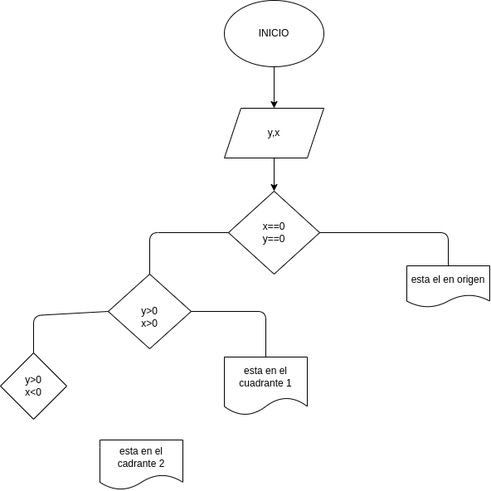
The draw.io diagram diagrama.png in lizethcifuentes/taller_condicionales, before a commit. Source tidied: cells renumbered, new cells last; positions are measured from the earlier drawing's top-left corner, leaving out a move shared by most shapes.
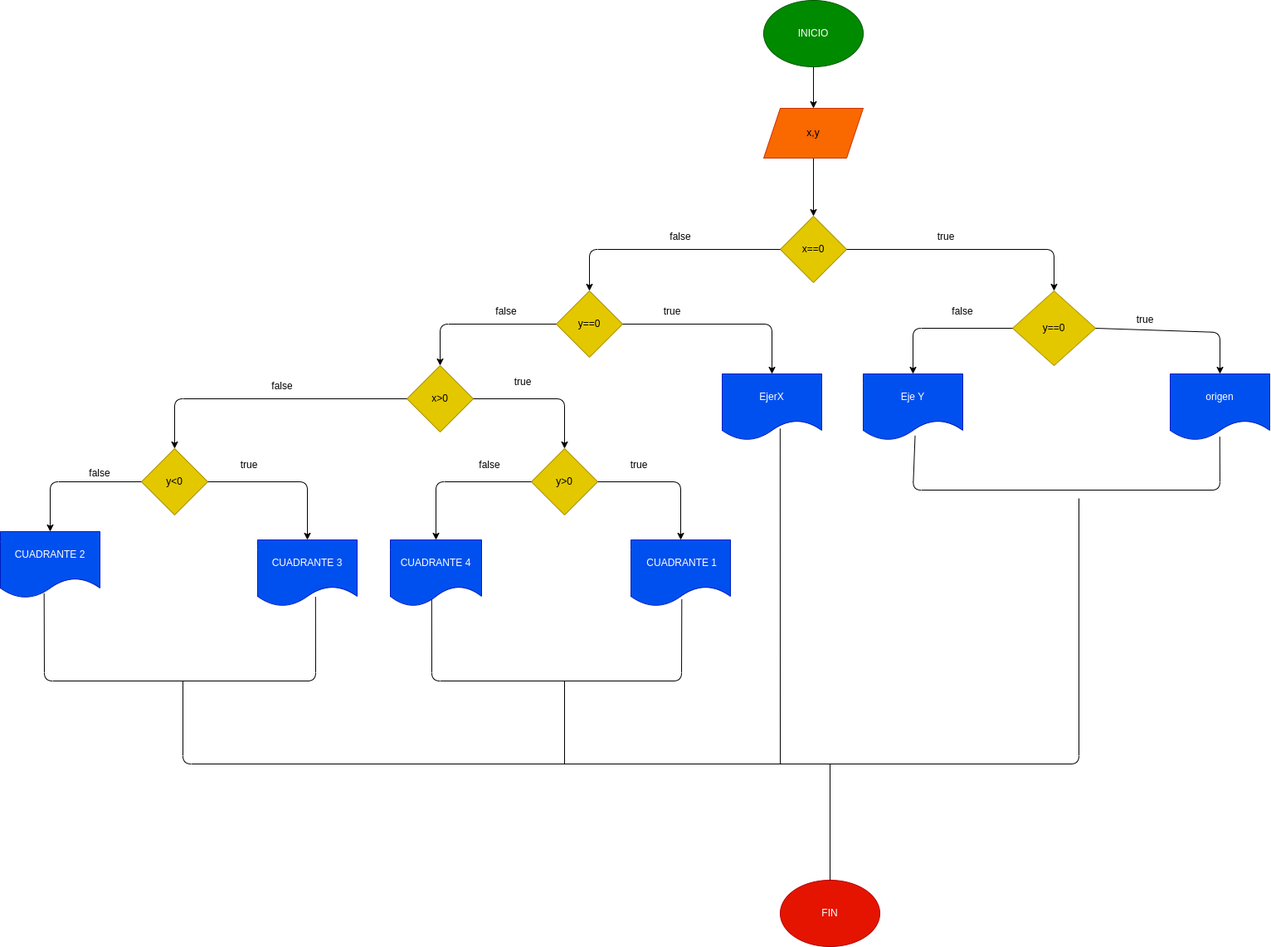
Above is the later version.

Change to the diagram source:
```diff
@@ -2,63 +2,238 @@
   <root>
     <mxCell id="0" />
     <mxCell id="1" parent="0" />
-    <mxCell id="2" style="edgeStyle=none;html=1;" parent="1" edge="1" source="3" target="5">
+    <mxCell id="2" style="edgeStyle=none;html=1;entryX=0.5;entryY=0;entryDx=0;entryDy=0;" parent="1" edge="1" source="3" target="17">
       <mxGeometry relative="1" as="geometry" />
     </mxCell>
-    <mxCell id="3" value="INICIO" style="ellipse;whiteSpace=wrap;html=1;" parent="1" vertex="1">
+    <mxCell id="3" value="INICIO" style="ellipse;whiteSpace=wrap;html=1;fillColor=#008a00;fontColor=#ffffff;strokeColor=#005700;" parent="1" vertex="1">
       <mxGeometry x="270" width="120" height="80" as="geometry" />
     </mxCell>
-    <mxCell id="4" style="edgeStyle=none;html=1;" parent="1" edge="1" source="5" target="6">
-      <mxGeometry relative="1" as="geometry" />
-    </mxCell>
-    <mxCell id="5" value="y,x" style="shape=parallelogram;perimeter=parallelogramPerimeter;whiteSpace=wrap;html=1;fixedSize=1;" parent="1" vertex="1">
-      <mxGeometry x="270" y="130" width="120" height="60" as="geometry" />
-    </mxCell>
-    <mxCell id="6" value="x==0&lt;br&gt;y==0" style="rhombus;whiteSpace=wrap;html=1;" parent="1" vertex="1">
-      <mxGeometry x="275" y="230" width="110" height="100" as="geometry" />
-    </mxCell>
-    <mxCell id="7" value="esta el en origen" style="shape=document;whiteSpace=wrap;html=1;boundedLbl=1;" parent="1" vertex="1">
-      <mxGeometry x="490" y="320" width="100" height="50" as="geometry" />
-    </mxCell>
-    <mxCell id="8" value="&lt;br&gt;y&amp;gt;0&lt;br&gt;x&amp;gt;0" style="rhombus;whiteSpace=wrap;html=1;" parent="1" vertex="1">
-      <mxGeometry x="130" y="330" width="100" height="90" as="geometry" />
-    </mxCell>
-    <mxCell id="9" style="endArrow=none;html=1;entryX=0.5;entryY=0;entryDx=0;entryDy=0;exitX=1;exitY=0.5;exitDx=0;exitDy=0;exitPerimeter=0;" parent="1" edge="1" source="6" target="7">
-      <mxGeometry relative="1" as="geometry">
-        <Array as="points">
-          <mxPoint x="540" y="280" />
-        </Array>
-      </mxGeometry>
-    </mxCell>
-    <mxCell id="10" style="endArrow=none;html=1;exitX=0.5;exitY=0;exitDx=0;exitDy=0;entryX=0;entryY=0.5;entryDx=0;entryDy=0;" parent="1" edge="1" source="8" target="6">
-      <mxGeometry relative="1" as="geometry">
-        <Array as="points">
-          <mxPoint x="180" y="280" />
-        </Array>
-      </mxGeometry>
-    </mxCell>
-    <mxCell id="11" value="esta en el cuadrante 1" style="shape=document;whiteSpace=wrap;html=1;boundedLbl=1;" parent="1" vertex="1">
-      <mxGeometry x="270" y="430" width="100" height="70" as="geometry" />
-    </mxCell>
-    <mxCell id="12" value="y&amp;gt;0&lt;br&gt;x&amp;lt;0" style="rhombus;whiteSpace=wrap;html=1;" parent="1" vertex="1">
-      <mxGeometry y="425" width="80" height="80" as="geometry" />
-    </mxCell>
-    <mxCell id="13" style="endArrow=none;html=1;entryX=0.5;entryY=0;entryDx=0;entryDy=0;exitX=1;exitY=0.5;exitDx=0;exitDy=0;" parent="1" edge="1" source="8" target="11">
-      <mxGeometry relative="1" as="geometry">
-        <Array as="points">
-          <mxPoint x="320" y="375" />
-        </Array>
-      </mxGeometry>
-    </mxCell>
-    <mxCell id="14" value="esta en el cadrante 2" style="shape=document;whiteSpace=wrap;html=1;boundedLbl=1;" parent="1" vertex="1">
-      <mxGeometry x="120" y="530" width="100" height="60" as="geometry" />
-    </mxCell>
-    <mxCell id="15" style="endArrow=none;html=1;entryX=0;entryY=0.5;entryDx=0;entryDy=0;exitX=0.5;exitY=0;exitDx=0;exitDy=0;" parent="1" edge="1" source="12" target="8">
-      <mxGeometry relative="1" as="geometry">
-        <Array as="points">
-          <mxPoint x="40" y="380" />
-        </Array>
-      </mxGeometry>
-    </mxCell>
+    <mxCell id="16" style="edgeStyle=none;html=1;" parent="1" edge="1" source="17" target="18">
+      <mxGeometry relative="1" as="geometry" />
+    </mxCell>
+    <mxCell id="17" value="x,y" style="shape=parallelogram;perimeter=parallelogramPerimeter;whiteSpace=wrap;html=1;fixedSize=1;fillColor=#fa6800;fontColor=#000000;strokeColor=#C73500;" parent="1" vertex="1">
+      <mxGeometry x="270" y="130" width="120" height="60" as="geometry" />
+    </mxCell>
+    <mxCell id="18" value="x==0" style="rhombus;whiteSpace=wrap;html=1;fillColor=#e3c800;fontColor=#000000;strokeColor=#B09500;" parent="1" vertex="1">
+      <mxGeometry x="290" y="260" width="80" height="80" as="geometry" />
+    </mxCell>
+    <mxCell id="19" value="x&amp;gt;0" style="rhombus;whiteSpace=wrap;html=1;fillColor=#e3c800;fontColor=#000000;strokeColor=#B09500;" parent="1" vertex="1">
+      <mxGeometry x="-160" y="440" width="80" height="80" as="geometry" />
+    </mxCell>
+    <mxCell id="20" value="y==0" style="rhombus;whiteSpace=wrap;html=1;fillColor=#e3c800;fontColor=#000000;strokeColor=#B09500;" parent="1" vertex="1">
+      <mxGeometry x="20" y="350" width="80" height="80" as="geometry" />
+    </mxCell>
+    <mxCell id="21" value="y==0" style="rhombus;whiteSpace=wrap;html=1;fillColor=#e3c800;fontColor=#000000;strokeColor=#B09500;" parent="1" vertex="1">
+      <mxGeometry x="570" y="350" width="100" height="90" as="geometry" />
+    </mxCell>
+    <mxCell id="22" value="origen" style="shape=document;whiteSpace=wrap;html=1;boundedLbl=1;fillColor=#0050ef;fontColor=#ffffff;strokeColor=#001DBC;" parent="1" vertex="1">
+      <mxGeometry x="760" y="450" width="120" height="80" as="geometry" />
+    </mxCell>
+    <mxCell id="23" style="endArrow=classic;html=1;entryX=0.5;entryY=0;entryDx=0;entryDy=0;exitX=1;exitY=0.5;exitDx=0;exitDy=0;" parent="1" edge="1" source="18" target="21">
+      <mxGeometry relative="1" as="geometry">
+        <Array as="points">
+          <mxPoint x="620" y="300" />
+        </Array>
+      </mxGeometry>
+    </mxCell>
+    <mxCell id="24" style="endArrow=classic;html=1;entryX=0.5;entryY=0;entryDx=0;entryDy=0;exitX=1;exitY=0.5;exitDx=0;exitDy=0;" parent="1" edge="1" source="21" target="22">
+      <mxGeometry relative="1" as="geometry">
+        <Array as="points">
+          <mxPoint x="820" y="400" />
+        </Array>
+      </mxGeometry>
+    </mxCell>
+    <mxCell id="25" value="Eje Y" style="shape=document;whiteSpace=wrap;html=1;boundedLbl=1;fillColor=#0050ef;fontColor=#ffffff;strokeColor=#001DBC;" parent="1" vertex="1">
+      <mxGeometry x="390" y="450" width="120" height="80" as="geometry" />
+    </mxCell>
+    <mxCell id="26" style="endArrow=classic;html=1;entryX=0.5;entryY=0;entryDx=0;entryDy=0;exitX=0;exitY=0.5;exitDx=0;exitDy=0;" parent="1" edge="1" source="21" target="25">
+      <mxGeometry relative="1" as="geometry">
+        <Array as="points">
+          <mxPoint x="450" y="395" />
+        </Array>
+      </mxGeometry>
+    </mxCell>
+    <mxCell id="27" style="endArrow=none;html=1;entryX=0.498;entryY=0.948;entryDx=0;entryDy=0;entryPerimeter=0;exitX=0.521;exitY=0.93;exitDx=0;exitDy=0;exitPerimeter=0;" parent="1" edge="1" source="25" target="22">
+      <mxGeometry relative="1" as="geometry">
+        <Array as="points">
+          <mxPoint x="450" y="590" />
+          <mxPoint x="820" y="590" />
+        </Array>
+      </mxGeometry>
+    </mxCell>
+    <mxCell id="28" style="endArrow=classic;html=1;exitX=0;exitY=0.5;exitDx=0;exitDy=0;entryX=0.5;entryY=0;entryDx=0;entryDy=0;" parent="1" edge="1" source="18" target="20">
+      <mxGeometry relative="1" as="geometry">
+        <Array as="points">
+          <mxPoint x="60" y="300" />
+        </Array>
+      </mxGeometry>
+    </mxCell>
+    <mxCell id="29" value="EjerX" style="shape=document;whiteSpace=wrap;html=1;boundedLbl=1;fillColor=#0050ef;fontColor=#ffffff;strokeColor=#001DBC;" parent="1" vertex="1">
+      <mxGeometry x="220" y="450" width="120" height="80" as="geometry" />
+    </mxCell>
+    <mxCell id="30" style="endArrow=classic;html=1;exitX=0;exitY=0.5;exitDx=0;exitDy=0;entryX=0.5;entryY=0;entryDx=0;entryDy=0;" parent="1" edge="1" source="20" target="19">
+      <mxGeometry relative="1" as="geometry">
+        <Array as="points">
+          <mxPoint x="-120" y="390" />
+        </Array>
+      </mxGeometry>
+    </mxCell>
+    <mxCell id="31" style="endArrow=classic;html=1;entryX=0.5;entryY=0;entryDx=0;entryDy=0;exitX=1;exitY=0.5;exitDx=0;exitDy=0;" parent="1" edge="1" source="20" target="29">
+      <mxGeometry relative="1" as="geometry">
+        <Array as="points">
+          <mxPoint x="280" y="390" />
+        </Array>
+      </mxGeometry>
+    </mxCell>
+    <mxCell id="32" value="y&amp;gt;0" style="rhombus;whiteSpace=wrap;html=1;fillColor=#e3c800;fontColor=#000000;strokeColor=#B09500;" parent="1" vertex="1">
+      <mxGeometry x="-10" y="540" width="80" height="80" as="geometry" />
+    </mxCell>
+    <mxCell id="33" style="endArrow=classic;html=1;exitX=1;exitY=0.5;exitDx=0;exitDy=0;" parent="1" edge="1" source="19">
+      <mxGeometry relative="1" as="geometry">
+        <mxPoint x="30" y="540" as="targetPoint" />
+        <Array as="points">
+          <mxPoint x="30" y="480" />
+        </Array>
+      </mxGeometry>
+    </mxCell>
+    <mxCell id="34" value="CUADRANTE 4" style="shape=document;whiteSpace=wrap;html=1;boundedLbl=1;fillColor=#0050ef;fontColor=#ffffff;strokeColor=#001DBC;" parent="1" vertex="1">
+      <mxGeometry x="-180" y="650" width="110" height="80" as="geometry" />
+    </mxCell>
+    <mxCell id="35" value="&amp;nbsp;CUADRANTE 1" style="shape=document;whiteSpace=wrap;html=1;boundedLbl=1;fillColor=#0050ef;fontColor=#ffffff;strokeColor=#001DBC;" parent="1" vertex="1">
+      <mxGeometry x="110" y="650" width="120" height="80" as="geometry" />
+    </mxCell>
+    <mxCell id="36" value="y&amp;lt;0" style="rhombus;whiteSpace=wrap;html=1;fillColor=#e3c800;fontColor=#000000;strokeColor=#B09500;" parent="1" vertex="1">
+      <mxGeometry x="-480" y="540" width="80" height="80" as="geometry" />
+    </mxCell>
+    <mxCell id="37" style="endArrow=classic;html=1;entryX=0.5;entryY=0;entryDx=0;entryDy=0;exitX=0;exitY=0.5;exitDx=0;exitDy=0;" parent="1" edge="1" source="19" target="36">
+      <mxGeometry relative="1" as="geometry">
+        <Array as="points">
+          <mxPoint x="-440" y="480" />
+        </Array>
+      </mxGeometry>
+    </mxCell>
+    <mxCell id="38" value="false" style="text;html=1;strokeColor=none;fillColor=none;align=center;verticalAlign=middle;whiteSpace=wrap;rounded=0;" parent="1" vertex="1">
+      <mxGeometry x="140" y="270" width="60" height="30" as="geometry" />
+    </mxCell>
+    <mxCell id="39" value="true" style="text;html=1;strokeColor=none;fillColor=none;align=center;verticalAlign=middle;whiteSpace=wrap;rounded=0;" parent="1" vertex="1">
+      <mxGeometry x="460" y="270" width="60" height="30" as="geometry" />
+    </mxCell>
+    <mxCell id="40" value="false" style="text;html=1;strokeColor=none;fillColor=none;align=center;verticalAlign=middle;whiteSpace=wrap;rounded=0;" parent="1" vertex="1">
+      <mxGeometry x="480" y="360" width="60" height="30" as="geometry" />
+    </mxCell>
+    <mxCell id="41" value="true" style="text;html=1;strokeColor=none;fillColor=none;align=center;verticalAlign=middle;whiteSpace=wrap;rounded=0;" parent="1" vertex="1">
+      <mxGeometry x="700" y="370" width="60" height="30" as="geometry" />
+    </mxCell>
+    <mxCell id="42" value="false" style="text;html=1;strokeColor=none;fillColor=none;align=center;verticalAlign=middle;whiteSpace=wrap;rounded=0;" parent="1" vertex="1">
+      <mxGeometry x="-70" y="360" width="60" height="30" as="geometry" />
+    </mxCell>
+    <mxCell id="43" value="true" style="text;html=1;strokeColor=none;fillColor=none;align=center;verticalAlign=middle;whiteSpace=wrap;rounded=0;" parent="1" vertex="1">
+      <mxGeometry x="130" y="360" width="60" height="30" as="geometry" />
+    </mxCell>
+    <mxCell id="44" style="endArrow=classic;html=1;entryX=0.5;entryY=0;entryDx=0;entryDy=0;exitX=1;exitY=0.5;exitDx=0;exitDy=0;" parent="1" edge="1" source="32" target="35">
+      <mxGeometry relative="1" as="geometry">
+        <Array as="points">
+          <mxPoint x="170" y="580" />
+        </Array>
+      </mxGeometry>
+    </mxCell>
+    <mxCell id="45" style="endArrow=classic;html=1;entryX=0.5;entryY=0;entryDx=0;entryDy=0;exitX=0;exitY=0.5;exitDx=0;exitDy=0;" parent="1" edge="1" source="32" target="34">
+      <mxGeometry relative="1" as="geometry">
+        <Array as="points">
+          <mxPoint x="-125" y="580" />
+        </Array>
+      </mxGeometry>
+    </mxCell>
+    <mxCell id="46" value="true" style="text;html=1;strokeColor=none;fillColor=none;align=center;verticalAlign=middle;whiteSpace=wrap;rounded=0;" parent="1" vertex="1">
+      <mxGeometry x="-50" y="440" width="60" height="40" as="geometry" />
+    </mxCell>
+    <mxCell id="47" value="true" style="text;html=1;strokeColor=none;fillColor=none;align=center;verticalAlign=middle;whiteSpace=wrap;rounded=0;" parent="1" vertex="1">
+      <mxGeometry x="90" y="545" width="60" height="30" as="geometry" />
+    </mxCell>
+    <mxCell id="48" value="false" style="text;html=1;strokeColor=none;fillColor=none;align=center;verticalAlign=middle;whiteSpace=wrap;rounded=0;" parent="1" vertex="1">
+      <mxGeometry x="-90" y="545" width="60" height="30" as="geometry" />
+    </mxCell>
+    <mxCell id="49" value="CUADRANTE 3" style="shape=document;whiteSpace=wrap;html=1;boundedLbl=1;fillColor=#0050ef;fontColor=#ffffff;strokeColor=#001DBC;" parent="1" vertex="1">
+      <mxGeometry x="-340" y="650" width="120" height="80" as="geometry" />
+    </mxCell>
+    <mxCell id="50" style="endArrow=classic;html=1;entryX=0.5;entryY=0;entryDx=0;entryDy=0;exitX=1;exitY=0.5;exitDx=0;exitDy=0;" parent="1" edge="1" source="36" target="49">
+      <mxGeometry relative="1" as="geometry">
+        <Array as="points">
+          <mxPoint x="-280" y="580" />
+        </Array>
+      </mxGeometry>
+    </mxCell>
+    <mxCell id="51" value="CUADRANTE 2" style="shape=document;whiteSpace=wrap;html=1;boundedLbl=1;fillColor=#0050ef;fontColor=#ffffff;strokeColor=#001DBC;" parent="1" vertex="1">
+      <mxGeometry x="-650" y="640" width="120" height="80" as="geometry" />
+    </mxCell>
+    <mxCell id="52" style="endArrow=classic;html=1;entryX=0.5;entryY=0;entryDx=0;entryDy=0;exitX=0;exitY=0.5;exitDx=0;exitDy=0;" parent="1" edge="1" source="36" target="51">
+      <mxGeometry relative="1" as="geometry">
+        <Array as="points">
+          <mxPoint x="-590" y="580" />
+        </Array>
+      </mxGeometry>
+    </mxCell>
+    <mxCell id="53" style="endArrow=none;html=1;entryX=0.511;entryY=0.895;entryDx=0;entryDy=0;entryPerimeter=0;exitX=0.453;exitY=0.895;exitDx=0;exitDy=0;exitPerimeter=0;" parent="1" edge="1" source="34" target="35">
+      <mxGeometry relative="1" as="geometry">
+        <Array as="points">
+          <mxPoint x="-130" y="820" />
+          <mxPoint x="171" y="820" />
+        </Array>
+      </mxGeometry>
+    </mxCell>
+    <mxCell id="54" style="endArrow=none;html=1;exitX=0.582;exitY=0.859;exitDx=0;exitDy=0;exitPerimeter=0;entryX=0.439;entryY=0.93;entryDx=0;entryDy=0;entryPerimeter=0;" parent="1" edge="1" source="49" target="51">
+      <mxGeometry relative="1" as="geometry">
+        <Array as="points">
+          <mxPoint x="-270" y="820" />
+          <mxPoint x="-597" y="820" />
+        </Array>
+      </mxGeometry>
+    </mxCell>
+    <mxCell id="55" style="endArrow=none;html=1;entryX=0.582;entryY=0.823;entryDx=0;entryDy=0;entryPerimeter=0;" parent="1" edge="1" target="29">
+      <mxGeometry relative="1" as="geometry">
+        <mxPoint x="290" y="920" as="sourcePoint" />
+      </mxGeometry>
+    </mxCell>
+    <mxCell id="56" style="endArrow=none;html=1;" parent="1" edge="1">
+      <mxGeometry relative="1" as="geometry">
+        <mxPoint x="480" y="920" as="sourcePoint" />
+        <mxPoint x="650" y="600" as="targetPoint" />
+        <Array as="points">
+          <mxPoint x="650" y="920" />
+        </Array>
+      </mxGeometry>
+    </mxCell>
+    <mxCell id="57" style="endArrow=none;html=1;" parent="1" edge="1">
+      <mxGeometry relative="1" as="geometry">
+        <mxPoint x="30" y="920" as="sourcePoint" />
+        <mxPoint x="30" y="820" as="targetPoint" />
+      </mxGeometry>
+    </mxCell>
+    <mxCell id="58" style="endArrow=none;html=1;" parent="1" edge="1">
+      <mxGeometry relative="1" as="geometry">
+        <mxPoint x="490" y="920" as="sourcePoint" />
+        <mxPoint x="-430" y="820" as="targetPoint" />
+        <Array as="points">
+          <mxPoint x="-430" y="920" />
+        </Array>
+      </mxGeometry>
+    </mxCell>
+    <mxCell id="59" value="FIN" style="ellipse;whiteSpace=wrap;html=1;fillColor=#e51400;fontColor=#ffffff;strokeColor=#B20000;" parent="1" vertex="1">
+      <mxGeometry x="290" y="1060" width="120" height="80" as="geometry" />
+    </mxCell>
+    <mxCell id="60" style="endArrow=none;html=1;entryX=0.5;entryY=0;entryDx=0;entryDy=0;" parent="1" edge="1" target="59">
+      <mxGeometry relative="1" as="geometry">
+        <mxPoint x="350" y="920" as="sourcePoint" />
+      </mxGeometry>
+    </mxCell>
+    <mxCell id="61" value="false" style="text;html=1;strokeColor=none;fillColor=none;align=center;verticalAlign=middle;whiteSpace=wrap;rounded=0;" parent="1" vertex="1">
+      <mxGeometry x="-340" y="450" width="60" height="30" as="geometry" />
+    </mxCell>
+    <mxCell id="62" value="false" style="text;html=1;strokeColor=none;fillColor=none;align=center;verticalAlign=middle;whiteSpace=wrap;rounded=0;" parent="1" vertex="1">
+      <mxGeometry x="-560" y="555" width="60" height="30" as="geometry" />
+    </mxCell>
+    <mxCell id="63" value="true" style="text;html=1;strokeColor=none;fillColor=none;align=center;verticalAlign=middle;whiteSpace=wrap;rounded=0;" parent="1" vertex="1">
+      <mxGeometry x="-380" y="545" width="60" height="30" as="geometry" />
+    </mxCell>
   </root>
 </mxGraphModel>
```
